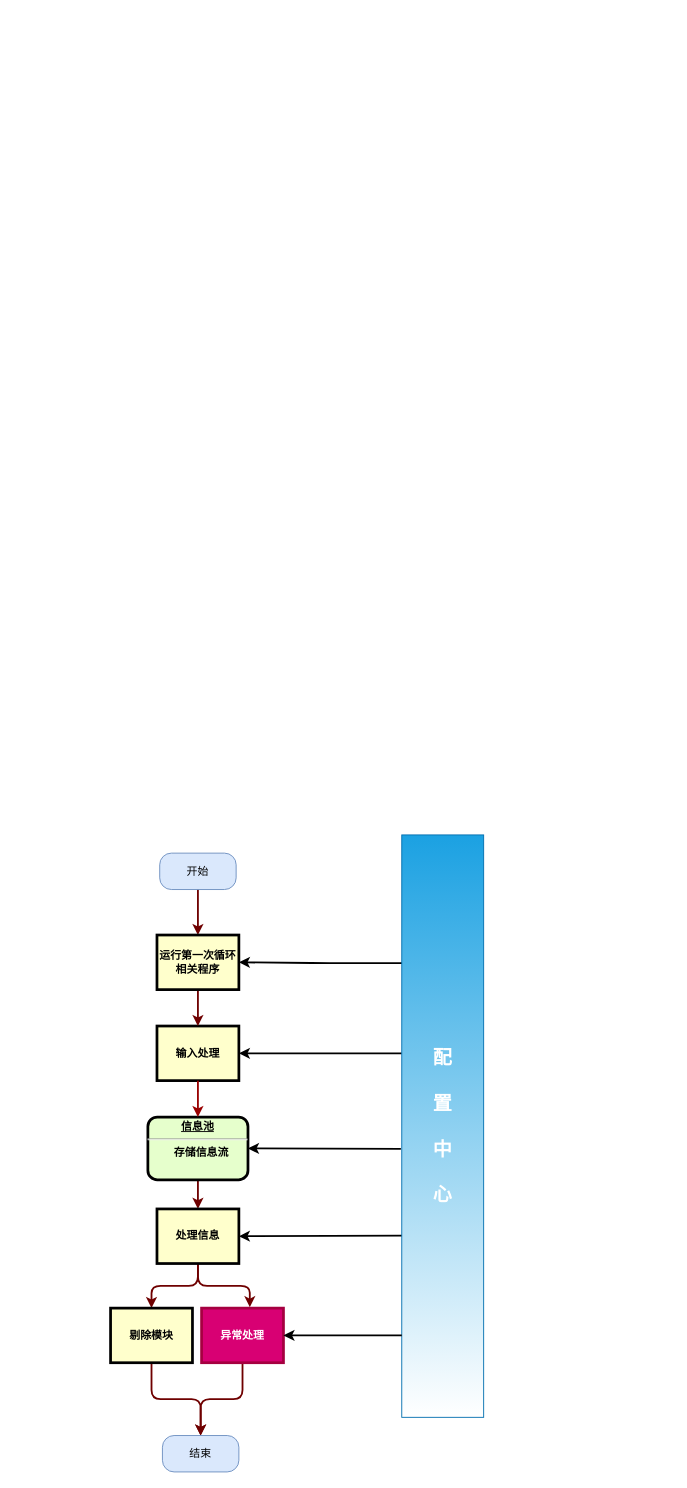
Above: plc01.drawio in zhangjunlujing/zj001 (draw.io), before the change. Source tidied: cells renumbered, new cells numbered last; positions are measured from the earlier drawing's top-left corner, leaving out a move shared by most shapes. Both pictures are drawn from the tidied source at 91%, with x=0, y=0 at pixel (110, 834). Pictures stored in the file or linked from it are replaced by grey dashed boxes.
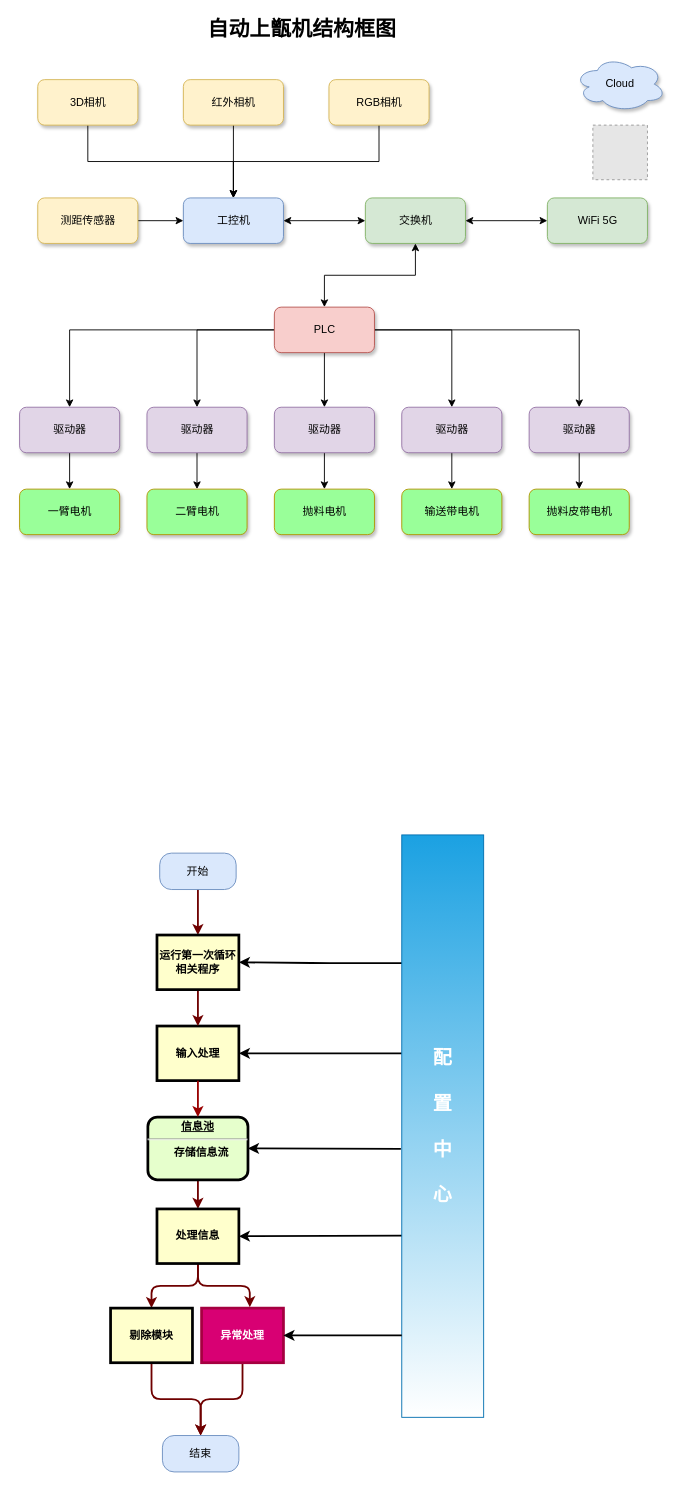
After the change.

Change to the diagram source:
```diff
@@
+    <mxCell id="26" style="edgeStyle=orthogonalEdgeStyle;rounded=0;jettySize=auto;html=1;entryX=0.5;entryY=1;entryDx=0;entryDy=0;startArrow=classic;startFill=1;" parent="1" edge="1" source="32" target="41">
+      <mxGeometry relative="1" as="geometry" />
+    </mxCell>
+    <mxCell id="27" style="edgeStyle=orthogonalEdgeStyle;rounded=0;jettySize=auto;html=1;entryX=0.5;entryY=0;entryDx=0;entryDy=0;startArrow=none;startFill=0;" parent="1" edge="1" source="32" target="58">
+      <mxGeometry relative="1" as="geometry" />
+    </mxCell>
+    <mxCell id="28" style="edgeStyle=orthogonalEdgeStyle;rounded=0;jettySize=auto;html=1;entryX=0.5;entryY=0;entryDx=0;entryDy=0;startArrow=none;startFill=0;" parent="1" edge="1" source="32" target="49">
+      <mxGeometry relative="1" as="geometry" />
+    </mxCell>
+    <mxCell id="29" style="edgeStyle=orthogonalEdgeStyle;rounded=0;jettySize=auto;html=1;entryX=0.5;entryY=0;entryDx=0;entryDy=0;startArrow=none;startFill=0;" parent="1" edge="1" source="32" target="47">
+      <mxGeometry relative="1" as="geometry" />
+    </mxCell>
+    <mxCell id="30" style="edgeStyle=orthogonalEdgeStyle;rounded=0;jettySize=auto;html=1;entryX=0.5;entryY=0;entryDx=0;entryDy=0;startArrow=none;startFill=0;" parent="1" edge="1" source="32" target="60">
+      <mxGeometry relative="1" as="geometry" />
+    </mxCell>
+    <mxCell id="31" style="edgeStyle=orthogonalEdgeStyle;rounded=0;jettySize=auto;html=1;entryX=0.5;entryY=0;entryDx=0;entryDy=0;startArrow=none;startFill=0;" parent="1" edge="1" source="32" target="45">
+      <mxGeometry relative="1" as="geometry" />
+    </mxCell>
+    <mxCell id="32" value="PLC" style="html=1;rounded=1;shadow=1;fillColor=#f8cecc;strokeColor=#b85450;" parent="1" vertex="1">
+      <mxGeometry x="180" y="-580" width="110" height="50" as="geometry" />
+    </mxCell>
+    <mxCell id="33" style="edgeStyle=orthogonalEdgeStyle;rounded=0;jettySize=auto;html=1;entryX=0;entryY=0.5;entryDx=0;entryDy=0;startArrow=classic;startFill=1;" parent="1" edge="1" source="34" target="41">
+      <mxGeometry relative="1" as="geometry" />
+    </mxCell>
+    <mxCell id="34" value="工控机" style="html=1;rounded=1;shadow=1;fillColor=#dae8fc;strokeColor=#6c8ebf;" parent="1" vertex="1">
+      <mxGeometry x="80" y="-700" width="110" height="50" as="geometry" />
+    </mxCell>
+    <mxCell id="35" style="edgeStyle=orthogonalEdgeStyle;rounded=0;jettySize=auto;html=1;entryX=0.5;entryY=0;entryDx=0;entryDy=0;startArrow=none;startFill=0;" parent="1" edge="1" source="36" target="34">
+      <mxGeometry relative="1" as="geometry">
+        <Array as="points">
+          <mxPoint x="-25" y="-740" />
+          <mxPoint x="135" y="-740" />
+        </Array>
+      </mxGeometry>
+    </mxCell>
+    <mxCell id="36" value="3D相机" style="html=1;rounded=1;shadow=1;fillColor=#fff2cc;strokeColor=#d6b656;" parent="1" vertex="1">
+      <mxGeometry x="-80" y="-830" width="110" height="50" as="geometry" />
+    </mxCell>
+    <mxCell id="37" style="edgeStyle=orthogonalEdgeStyle;rounded=0;jettySize=auto;html=1;startArrow=none;startFill=0;" parent="1" edge="1" source="38">
+      <mxGeometry relative="1" as="geometry">
+        <mxPoint x="135" y="-700" as="targetPoint" />
+      </mxGeometry>
+    </mxCell>
+    <mxCell id="38" value="红外相机" style="html=1;rounded=1;shadow=1;fillColor=#fff2cc;strokeColor=#d6b656;" parent="1" vertex="1">
+      <mxGeometry x="80" y="-830" width="110" height="50" as="geometry" />
+    </mxCell>
+    <mxCell id="39" style="edgeStyle=orthogonalEdgeStyle;rounded=0;jettySize=auto;html=1;startArrow=none;startFill=0;" parent="1" edge="1" source="40" target="34">
+      <mxGeometry relative="1" as="geometry">
+        <Array as="points">
+          <mxPoint x="295" y="-740" />
+          <mxPoint x="135" y="-740" />
+        </Array>
+      </mxGeometry>
+    </mxCell>
+    <mxCell id="40" value="RGB相机" style="html=1;rounded=1;shadow=1;fillColor=#fff2cc;strokeColor=#d6b656;" parent="1" vertex="1">
+      <mxGeometry x="240" y="-830" width="110" height="50" as="geometry" />
+    </mxCell>
+    <mxCell id="41" value="交换机" style="html=1;rounded=1;shadow=1;fillColor=#d5e8d4;strokeColor=#82b366;" parent="1" vertex="1">
+      <mxGeometry x="280" y="-700" width="110" height="50" as="geometry" />
+    </mxCell>
+    <mxCell id="42" style="edgeStyle=orthogonalEdgeStyle;rounded=0;jettySize=auto;html=1;entryX=0;entryY=0.5;entryDx=0;entryDy=0;startArrow=none;startFill=0;" parent="1" edge="1" source="43" target="34">
+      <mxGeometry relative="1" as="geometry" />
+    </mxCell>
+    <mxCell id="43" value="测距传感器" style="html=1;rounded=1;shadow=1;fillColor=#fff2cc;strokeColor=#d6b656;" parent="1" vertex="1">
+      <mxGeometry x="-80" y="-700" width="110" height="50" as="geometry" />
+    </mxCell>
+    <mxCell id="44" style="edgeStyle=orthogonalEdgeStyle;rounded=0;jettySize=auto;html=1;entryX=0.5;entryY=0;entryDx=0;entryDy=0;startArrow=none;startFill=0;" parent="1" edge="1" source="45" target="56">
+      <mxGeometry relative="1" as="geometry" />
+    </mxCell>
+    <mxCell id="45" value="驱动器" style="html=1;rounded=1;shadow=1;fillColor=#e1d5e7;strokeColor=#9673a6;" parent="1" vertex="1">
+      <mxGeometry x="460" y="-470" width="110" height="50" as="geometry" />
+    </mxCell>
+    <mxCell id="46" style="edgeStyle=orthogonalEdgeStyle;rounded=0;jettySize=auto;html=1;entryX=0.5;entryY=0;entryDx=0;entryDy=0;startArrow=none;startFill=0;" parent="1" edge="1" source="47" target="51">
+      <mxGeometry relative="1" as="geometry" />
+    </mxCell>
+    <mxCell id="47" value="驱动器" style="html=1;rounded=1;shadow=1;fillColor=#e1d5e7;strokeColor=#9673a6;" parent="1" vertex="1">
+      <mxGeometry x="40" y="-470" width="110" height="50" as="geometry" />
+    </mxCell>
+    <mxCell id="48" style="edgeStyle=orthogonalEdgeStyle;rounded=0;jettySize=auto;html=1;entryX=0.5;entryY=0;entryDx=0;entryDy=0;startArrow=none;startFill=0;" parent="1" edge="1" source="49" target="50">
+      <mxGeometry relative="1" as="geometry" />
+    </mxCell>
+    <mxCell id="49" value="驱动器" style="html=1;rounded=1;shadow=1;fillColor=#e1d5e7;strokeColor=#9673a6;" parent="1" vertex="1">
+      <mxGeometry x="-100" y="-470" width="110" height="50" as="geometry" />
+    </mxCell>
+    <mxCell id="50" value="一臂电机" style="html=1;rounded=1;shadow=1;fillColor=#99FF99;strokeColor=#B09500;fontColor=#000000;" parent="1" vertex="1">
+      <mxGeometry x="-100" y="-380" width="110" height="50" as="geometry" />
+    </mxCell>
+    <mxCell id="51" value="二臂电机" style="html=1;rounded=1;shadow=1;fillColor=#99FF99;strokeColor=#B09500;fontColor=#000000;" parent="1" vertex="1">
+      <mxGeometry x="40" y="-380" width="110" height="50" as="geometry" />
+    </mxCell>
+    <mxCell id="52" value="抛料电机" style="html=1;rounded=1;shadow=1;fillColor=#99FF99;strokeColor=#B09500;fontColor=#000000;" parent="1" vertex="1">
+      <mxGeometry x="180" y="-380" width="110" height="50" as="geometry" />
+    </mxCell>
+    <mxCell id="53" value="输送带电机" style="html=1;rounded=1;shadow=1;fillColor=#99FF99;strokeColor=#B09500;fontColor=#000000;" parent="1" vertex="1">
+      <mxGeometry x="320" y="-380" width="110" height="50" as="geometry" />
+    </mxCell>
+    <mxCell id="54" style="edgeStyle=orthogonalEdgeStyle;rounded=0;jettySize=auto;html=1;entryX=1;entryY=0.5;entryDx=0;entryDy=0;startArrow=classic;startFill=1;" parent="1" edge="1" source="55" target="41">
+      <mxGeometry relative="1" as="geometry" />
+    </mxCell>
+    <mxCell id="55" value="WiFi 5G" style="html=1;shadow=1;rounded=1;glass=0;sketch=0;fillColor=#d5e8d4;strokeColor=#82b366;" parent="1" vertex="1">
+      <mxGeometry x="480" y="-700" width="110" height="50" as="geometry" />
+    </mxCell>
+    <mxCell id="56" value="抛料皮带电机" style="html=1;rounded=1;shadow=1;fillColor=#99FF99;strokeColor=#B09500;fontColor=#000000;" parent="1" vertex="1">
+      <mxGeometry x="460" y="-380" width="110" height="50" as="geometry" />
+    </mxCell>
+    <mxCell id="57" style="edgeStyle=orthogonalEdgeStyle;rounded=0;jettySize=auto;html=1;entryX=0.5;entryY=0;entryDx=0;entryDy=0;startArrow=none;startFill=0;" parent="1" edge="1" source="58" target="52">
+      <mxGeometry relative="1" as="geometry" />
+    </mxCell>
+    <mxCell id="58" value="驱动器" style="html=1;rounded=1;shadow=1;fillColor=#e1d5e7;strokeColor=#9673a6;" parent="1" vertex="1">
+      <mxGeometry x="180" y="-470" width="110" height="50" as="geometry" />
+    </mxCell>
+    <mxCell id="59" style="edgeStyle=orthogonalEdgeStyle;rounded=0;jettySize=auto;html=1;entryX=0.5;entryY=0;entryDx=0;entryDy=0;startArrow=none;startFill=0;" parent="1" edge="1" source="60" target="53">
+      <mxGeometry relative="1" as="geometry" />
+    </mxCell>
+    <mxCell id="60" value="驱动器" style="html=1;rounded=1;shadow=1;fillColor=#e1d5e7;strokeColor=#9673a6;" parent="1" vertex="1">
+      <mxGeometry x="320" y="-470" width="110" height="50" as="geometry" />
+    </mxCell>
+    <mxCell id="61" value="Cloud" style="ellipse;shape=cloud;whiteSpace=wrap;html=1;align=center;rounded=1;shadow=1;glass=0;sketch=0;fillColor=#dae8fc;strokeColor=#6c8ebf;" parent="1" vertex="1">
+      <mxGeometry x="510" y="-855" width="100" height="60" as="geometry" />
+    </mxCell>
+    <mxCell id="62" style="fillColor=#E6E6E6;strokeColor=#999999;dashed=1;html=1;verticalAlign=top;verticalLabelPosition=bottom;labelBackgroundColor=#59FF91;" parent="1" vertex="1">
+      <mxGeometry x="530" y="-780" width="60" height="60" as="geometry" />
+    </mxCell>
+    <mxCell id="63" value="自动上甑机结构框图" style="text;html=1;align=center;verticalAlign=middle;strokeColor=none;fillColor=none;fontSize=23;fontStyle=1;" parent="1" vertex="1">
+      <mxGeometry x="100" y="-900" width="220" height="30" as="geometry" />
+    </mxCell>
```
